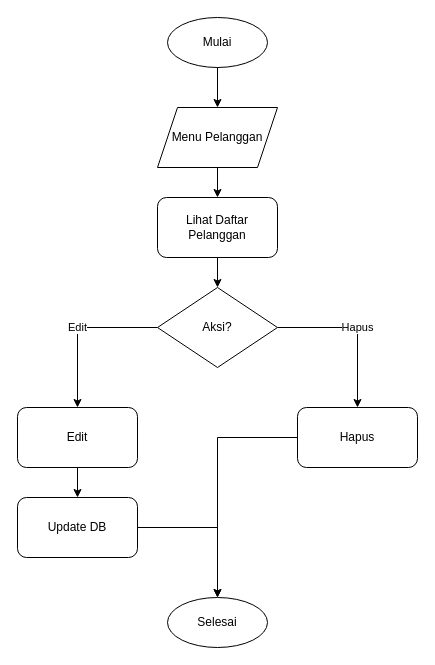
Before: diagram/flowchart/12_admin_kelola_pelanggan.drawio in RajaSunrise/ud_zivana, a draw.io diagram. Source tidied: cells renumbered, new cells numbered last; positions are measured from the earlier drawing's top-left corner, leaving out a move shared by most shapes. Both pictures are drawn from the tidied source at 100%, with x=0, y=0 at pixel (17, 17).
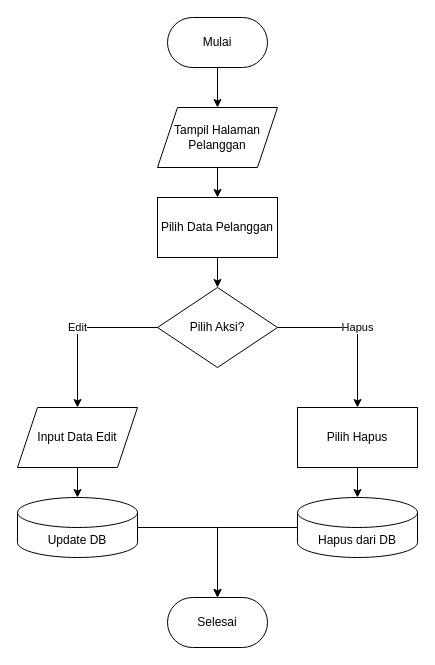
After the change.

What changed in the source:
```diff
@@
 <mxGraphModel>
   <root>
     <mxCell id="0" />
     <mxCell id="1" parent="0" />
-    <mxCell id="2" value="Mulai" style="ellipse;whiteSpace=wrap;html=1;" parent="1" vertex="1">
+    <mxCell id="2" value="Mulai" style="rounded=1;whiteSpace=wrap;html=1;arcSize=50;" parent="1" vertex="1">
       <mxGeometry x="150" width="100" height="50" as="geometry" />
     </mxCell>
-    <mxCell id="3" value="Menu Pelanggan" style="shape=parallelogram;perimeter=parallelogramPerimeter;whiteSpace=wrap;html=1;fixedSize=1;" parent="1" vertex="1">
+    <mxCell id="3" value="Tampil Halaman Pelanggan" style="shape=parallelogram;perimeter=parallelogramPerimeter;whiteSpace=wrap;html=1;fixedSize=1;" parent="1" vertex="1">
       <mxGeometry x="140" y="90" width="120" height="60" as="geometry" />
     </mxCell>
-    <mxCell id="4" value="Lihat Daftar Pelanggan" style="rounded=1;whiteSpace=wrap;html=1;" parent="1" vertex="1">
+    <mxCell id="4" value="Pilih Data Pelanggan" style="rounded=0;whiteSpace=wrap;html=1;" parent="1" vertex="1">
       <mxGeometry x="140" y="180" width="120" height="60" as="geometry" />
     </mxCell>
-    <mxCell id="5" value="Aksi?" style="rhombus;whiteSpace=wrap;html=1;" parent="1" vertex="1">
+    <mxCell id="5" value="Pilih Aksi?" style="rhombus;whiteSpace=wrap;html=1;" parent="1" vertex="1">
       <mxGeometry x="140" y="270" width="120" height="80" as="geometry" />
     </mxCell>
-    <mxCell id="6" value="Edit" style="rounded=1;whiteSpace=wrap;html=1;" parent="1" vertex="1">
+    <mxCell id="6" value="Input Data Edit" style="shape=parallelogram;perimeter=parallelogramPerimeter;whiteSpace=wrap;html=1;fixedSize=1;" parent="1" vertex="1">
       <mxGeometry y="390" width="120" height="60" as="geometry" />
     </mxCell>
-    <mxCell id="7" value="Hapus" style="rounded=1;whiteSpace=wrap;html=1;" parent="1" vertex="1">
+    <mxCell id="7" value="Pilih Hapus" style="rounded=0;whiteSpace=wrap;html=1;" parent="1" vertex="1">
       <mxGeometry x="280" y="390" width="120" height="60" as="geometry" />
     </mxCell>
-    <mxCell id="8" value="Update DB" style="rounded=1;whiteSpace=wrap;html=1;" parent="1" vertex="1">
+    <mxCell id="8" value="Update DB" style="shape=cylinder3;whiteSpace=wrap;html=1;boundedLbl=1;backgroundOutline=1;size=15;" parent="1" vertex="1">
       <mxGeometry y="480" width="120" height="60" as="geometry" />
     </mxCell>
-    <mxCell id="9" value="Selesai" style="ellipse;whiteSpace=wrap;html=1;" parent="1" vertex="1">
-      <mxGeometry x="150" y="580" width="100" height="50" as="geometry" />
+    <mxCell id="9" value="Hapus dari DB" style="shape=cylinder3;whiteSpace=wrap;html=1;boundedLbl=1;backgroundOutline=1;size=15;" parent="1" vertex="1">
+      <mxGeometry x="280" y="480" width="120" height="60" as="geometry" />
     </mxCell>
-    <mxCell id="10" style="edgeStyle=orthogonalEdgeStyle;rounded=0;jettySize=auto;html=1;" parent="1" edge="1" source="2" target="3">
-      <mxGeometry relative="1" as="geometry" />
+    <mxCell id="10" value="Selesai" style="rounded=1;whiteSpace=wrap;html=1;arcSize=50;" parent="1" vertex="1">
+      <mxGeometry x="150" y="580" width="100" height="50" as="geometry" />
     </mxCell>
-    <mxCell id="11" style="edgeStyle=orthogonalEdgeStyle;rounded=0;jettySize=auto;html=1;" parent="1" edge="1" source="3" target="4">
+    <mxCell id="11" style="edgeStyle=orthogonalEdgeStyle;rounded=0;jettySize=auto;html=1;" parent="1" edge="1" source="2" target="3">
       <mxGeometry relative="1" as="geometry" />
     </mxCell>
-    <mxCell id="12" style="edgeStyle=orthogonalEdgeStyle;rounded=0;jettySize=auto;html=1;" parent="1" edge="1" source="4" target="5">
+    <mxCell id="12" style="edgeStyle=orthogonalEdgeStyle;rounded=0;jettySize=auto;html=1;" parent="1" edge="1" source="3" target="4">
       <mxGeometry relative="1" as="geometry" />
     </mxCell>
-    <mxCell id="13" value="Edit" style="edgeStyle=orthogonalEdgeStyle;rounded=0;jettySize=auto;html=1;" parent="1" edge="1" source="5" target="6">
+    <mxCell id="13" style="edgeStyle=orthogonalEdgeStyle;rounded=0;jettySize=auto;html=1;" parent="1" edge="1" source="4" target="5">
       <mxGeometry relative="1" as="geometry" />
     </mxCell>
-    <mxCell id="14" value="Hapus" style="edgeStyle=orthogonalEdgeStyle;rounded=0;jettySize=auto;html=1;" parent="1" edge="1" source="5" target="7">
+    <mxCell id="14" value="Edit" style="edgeStyle=orthogonalEdgeStyle;rounded=0;jettySize=auto;html=1;" parent="1" edge="1" source="5" target="6">
       <mxGeometry relative="1" as="geometry" />
     </mxCell>
-    <mxCell id="15" style="edgeStyle=orthogonalEdgeStyle;rounded=0;jettySize=auto;html=1;" parent="1" edge="1" source="6" target="8">
+    <mxCell id="15" value="Hapus" style="edgeStyle=orthogonalEdgeStyle;rounded=0;jettySize=auto;html=1;" parent="1" edge="1" source="5" target="7">
       <mxGeometry relative="1" as="geometry" />
     </mxCell>
-    <mxCell id="16" style="edgeStyle=orthogonalEdgeStyle;rounded=0;jettySize=auto;html=1;" parent="1" edge="1" source="8" target="9">
+    <mxCell id="16" style="edgeStyle=orthogonalEdgeStyle;rounded=0;jettySize=auto;html=1;" parent="1" edge="1" source="6" target="8">
       <mxGeometry relative="1" as="geometry" />
     </mxCell>
-    <mxCell id="17" style="edgeStyle=orthogonalEdgeStyle;rounded=0;jettySize=auto;html=1;" parent="1" edge="1" source="7" target="9">
+    <mxCell id="17" style="edgeStyle=orthogonalEdgeStyle;rounded=0;jettySize=auto;html=1;" parent="1" edge="1" source="8" target="10">
       <mxGeometry relative="1" as="geometry" />
     </mxCell>
+    <mxCell id="18" style="edgeStyle=orthogonalEdgeStyle;rounded=0;jettySize=auto;html=1;" parent="1" edge="1" source="7" target="9">
+      <mxGeometry relative="1" as="geometry" />
+    </mxCell>
+    <mxCell id="19" style="edgeStyle=orthogonalEdgeStyle;rounded=0;jettySize=auto;html=1;" parent="1" edge="1" source="9" target="10">
+      <mxGeometry relative="1" as="geometry" />
+    </mxCell>
   </root>
 </mxGraphModel>
```
